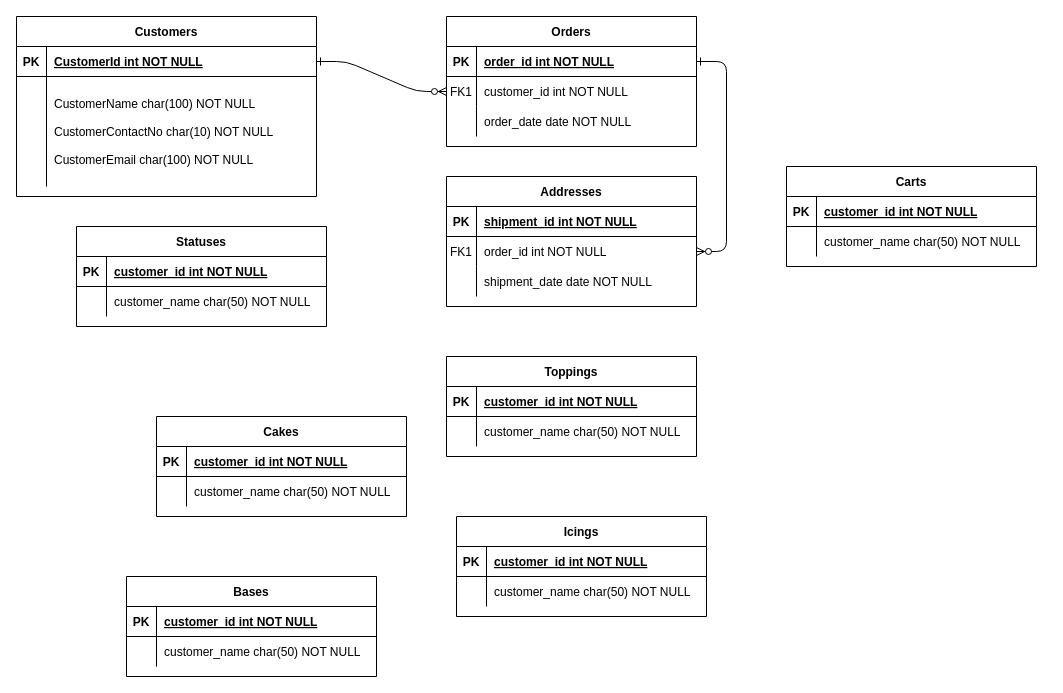
Above: Documentation/ERD Diagram.drawio in TauRamodise/LetThemEatCake (draw.io), before the change. Source tidied: cells renumbered, new cells numbered last; positions are measured from the earlier drawing's top-left corner, leaving out a move shared by most shapes. Both pictures are drawn from the tidied source at 100%, with x=0, y=0 at pixel (16, 16).
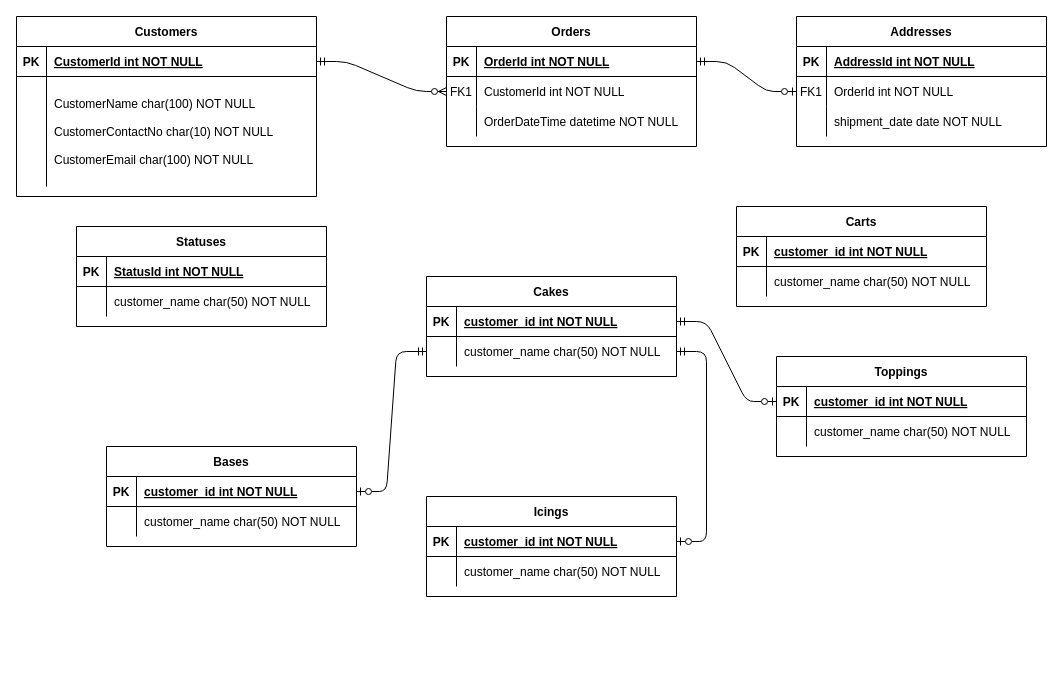
After the change.

Commit message:
Draft ERD Diagram

Unchanged cells that the change refers to:
```xml
<mxCell id="5" style="shape=partialRectangle;fillColor=none;points=[[0,0.5],[1,0.5]];portConstraint=eastwest;top=0;left=0;right=0;bottom=1;" parent="4" vertex="1">
  <mxGeometry y="30" width="250" height="30" as="geometry" />
</mxCell>
<mxCell id="8" style="shape=partialRectangle;fillColor=none;points=[[0,0.5],[1,0.5]];portConstraint=eastwest;top=0;left=0;right=0;bottom=0;" parent="4" vertex="1">
  <mxGeometry y="60" width="250" height="30" as="geometry" />
</mxCell>
<mxCell id="11" style="shape=partialRectangle;fillColor=none;top=0;left=0;right=0;bottom=0;" parent="4" vertex="1">
  <mxGeometry y="90" width="250" height="30" as="geometry" />
</mxCell>
<mxCell id="15" style="shape=partialRectangle;fillColor=none;top=0;left=0;right=0;bottom=1;" parent="14" vertex="1">
  <mxGeometry y="30" width="250" height="30" as="geometry" />
</mxCell>
<mxCell id="18" style="shape=partialRectangle;fillColor=none;points=[[0,0.5],[1,0.5]];portConstraint=eastwest;top=0;left=0;right=0;bottom=0;" parent="14" vertex="1">
  <mxGeometry y="60" width="250" height="30" as="geometry" />
</mxCell>
<mxCell id="25" style="shape=partialRectangle;fillColor=none;points=[[0,0.5],[1,0.5]];portConstraint=eastwest;top=0;left=0;right=0;bottom=1;" parent="24" vertex="1">
  <mxGeometry y="30" width="300" height="30" as="geometry" />
</mxCell>
<mxCell id="32" style="shape=partialRectangle;fillColor=none;top=0;left=0;right=0;bottom=1;" parent="31" vertex="1">
  <mxGeometry y="30" width="250" height="30" as="geometry" />
</mxCell>
<mxCell id="39" style="shape=partialRectangle;fillColor=none;points=[[0,0.5],[1,0.5]];portConstraint=eastwest;top=0;left=0;right=0;bottom=1;" parent="38" vertex="1">
  <mxGeometry y="30" width="250" height="30" as="geometry" />
</mxCell>
<mxCell id="42" style="shape=partialRectangle;fillColor=none;points=[[0,0.5],[1,0.5]];portConstraint=eastwest;top=0;left=0;right=0;bottom=0;" parent="38" vertex="1">
  <mxGeometry y="60" width="250" height="30" as="geometry" />
</mxCell>
<mxCell id="46" style="shape=partialRectangle;fillColor=none;points=[[0,0.5],[1,0.5]];portConstraint=eastwest;top=0;left=0;right=0;bottom=1;" parent="45" vertex="1">
  <mxGeometry y="30" width="250" height="30" as="geometry" />
</mxCell>
<mxCell id="53" style="shape=partialRectangle;fillColor=none;points=[[0,0.5],[1,0.5]];portConstraint=eastwest;top=0;left=0;right=0;bottom=1;" parent="52" vertex="1">
  <mxGeometry y="30" width="250" height="30" as="geometry" />
</mxCell>
<mxCell id="60" style="shape=partialRectangle;fillColor=none;points=[[0,0.5],[1,0.5]];portConstraint=eastwest;top=0;left=0;right=0;bottom=1;" parent="59" vertex="1">
  <mxGeometry y="30" width="250" height="30" as="geometry" />
</mxCell>
```

Change to the diagram source:
```diff
@@
-    <mxCell id="2" style="edgeStyle=entityRelationEdgeStyle;endArrow=ERzeroToMany;startArrow=ERone;endFill=1;startFill=0;" parent="1" edge="1" source="25" target="8">
+    <mxCell id="2" style="edgeStyle=entityRelationEdgeStyle;endArrow=ERzeroToMany;startArrow=ERmandOne;endFill=1;startFill=0;" parent="1" edge="1" source="25" target="8">
       <mxGeometry relative="1" as="geometry" />
     </mxCell>
-    <mxCell id="3" style="edgeStyle=entityRelationEdgeStyle;endArrow=ERzeroToMany;startArrow=ERone;endFill=1;startFill=0;" parent="1" edge="1" source="5" target="18">
+    <mxCell id="3" style="edgeStyle=entityRelationEdgeStyle;endArrow=ERzeroToOne;startArrow=ERmandOne;endFill=0;startFill=0;" parent="1" edge="1" source="5" target="18">
       <mxGeometry relative="1" as="geometry" />
     </mxCell>
@@
-    <mxCell id="7" value="order_id int NOT NULL " style="shape=partialRectangle;overflow=hidden;fillColor=none;top=0;left=0;bottom=0;right=0;align=left;spacingLeft=6;fontStyle=5;" parent="5" vertex="1">
+    <mxCell id="7" value="OrderId int NOT NULL " style="shape=partialRectangle;overflow=hidden;fillColor=none;top=0;left=0;bottom=0;right=0;align=left;spacingLeft=6;fontStyle=5;" parent="5" vertex="1">
       <mxGeometry x="30" width="220" height="30" as="geometry" />
     </mxCell>
@@
-    <mxCell id="10" value="customer_id int NOT NULL" style="shape=partialRectangle;overflow=hidden;fillColor=none;top=0;left=0;bottom=0;right=0;align=left;spacingLeft=6;" parent="8" vertex="1">
+    <mxCell id="10" value="CustomerId int NOT NULL" style="shape=partialRectangle;overflow=hidden;fillColor=none;top=0;left=0;bottom=0;right=0;align=left;spacingLeft=6;" parent="8" vertex="1">
       <mxGeometry x="30" width="220" height="30" as="geometry" />
     </mxCell>
@@
-    <mxCell id="13" value="order_date date NOT NULL" style="shape=partialRectangle;overflow=hidden;fillColor=none;top=0;left=0;bottom=0;right=0;align=left;spacingLeft=6;" parent="11" vertex="1">
+    <mxCell id="13" value="OrderDateTime datetime NOT NULL" style="shape=partialRectangle;overflow=hidden;fillColor=none;top=0;left=0;bottom=0;right=0;align=left;spacingLeft=6;" parent="11" vertex="1">
       <mxGeometry x="30" width="220" height="30" as="geometry" />
     </mxCell>
     <mxCell id="14" value="Addresses" style="shape=table;startSize=30;childLayout=tableLayout;rowLines=0;fontStyle=1;align=center;" parent="1" vertex="1">
-      <mxGeometry x="430" y="160" width="250" height="130" as="geometry" />
+      <mxGeometry x="780" width="250" height="130" as="geometry" />
     </mxCell>
@@
-    <mxCell id="17" value="shipment_id int NOT NULL " style="shape=partialRectangle;overflow=hidden;fillColor=none;top=0;left=0;bottom=0;right=0;align=left;spacingLeft=6;fontStyle=5;" parent="15" vertex="1">
+    <mxCell id="17" value="AddressId int NOT NULL " style="shape=partialRectangle;overflow=hidden;fillColor=none;top=0;left=0;bottom=0;right=0;align=left;spacingLeft=6;fontStyle=5;" parent="15" vertex="1">
       <mxGeometry x="30" width="220" height="30" as="geometry" />
     </mxCell>
@@
-    <mxCell id="20" value="order_id int NOT NULL" style="shape=partialRectangle;overflow=hidden;fillColor=none;top=0;left=0;bottom=0;right=0;align=left;spacingLeft=6;" parent="18" vertex="1">
+    <mxCell id="20" value="OrderId int NOT NULL" style="shape=partialRectangle;overflow=hidden;fillColor=none;top=0;left=0;bottom=0;right=0;align=left;spacingLeft=6;" parent="18" vertex="1">
       <mxGeometry x="30" width="220" height="30" as="geometry" />
     </mxCell>
@@
-    <mxCell id="34" value="customer_id int NOT NULL " style="shape=partialRectangle;overflow=hidden;fillColor=none;top=0;left=0;bottom=0;right=0;align=left;spacingLeft=6;fontStyle=5;" parent="32" vertex="1">
+    <mxCell id="34" value="StatusId int NOT NULL " style="shape=partialRectangle;overflow=hidden;fillColor=none;top=0;left=0;bottom=0;right=0;align=left;spacingLeft=6;fontStyle=5;" parent="32" vertex="1">
       <mxGeometry x="30" width="220" height="30" as="geometry" />
     </mxCell>
@@
     <mxCell id="38" value="Cakes" style="shape=table;startSize=30;childLayout=tableLayout;rowLines=0;fontStyle=1;align=center;" parent="1" vertex="1">
-      <mxGeometry x="140" y="400" width="250" height="100" as="geometry" />
+      <mxGeometry x="410" y="260" width="250" height="100" as="geometry" />
     </mxCell>
@@
     <mxCell id="45" value="Toppings" style="shape=table;startSize=30;childLayout=tableLayout;rowLines=0;fontStyle=1;align=center;" parent="1" vertex="1">
-      <mxGeometry x="430" y="340" width="250" height="100" as="geometry" />
+      <mxGeometry x="760" y="340" width="250" height="100" as="geometry" />
     </mxCell>
@@
     <mxCell id="52" value="Icings" style="shape=table;startSize=30;childLayout=tableLayout;rowLines=0;fontStyle=1;align=center;" parent="1" vertex="1">
-      <mxGeometry x="440" y="500" width="250" height="100" as="geometry" />
+      <mxGeometry x="410" y="480" width="250" height="100" as="geometry" />
     </mxCell>
@@
     <mxCell id="59" value="Bases" style="shape=table;startSize=30;childLayout=tableLayout;rowLines=0;fontStyle=1;align=center;" parent="1" vertex="1">
-      <mxGeometry x="110" y="560" width="250" height="100" as="geometry" />
+      <mxGeometry x="90" y="430" width="250" height="100" as="geometry" />
     </mxCell>
@@
     <mxCell id="66" value="Carts" style="shape=table;startSize=30;childLayout=tableLayout;rowLines=0;fontStyle=1;align=center;" parent="1" vertex="1">
-      <mxGeometry x="770" y="150" width="250" height="100" as="geometry" />
+      <mxGeometry x="720" y="190" width="250" height="100" as="geometry" />
     </mxCell>
@@
+    <mxCell id="73" style="edgeStyle=entityRelationEdgeStyle;endArrow=ERzeroToOne;startArrow=ERmandOne;endFill=0;startFill=0;exitX=0;exitY=0.5;exitDx=0;exitDy=0;entryX=1;entryY=0.5;entryDx=0;entryDy=0;" parent="1" edge="1" source="42" target="60">
+      <mxGeometry relative="1" as="geometry" />
+    </mxCell>
+    <mxCell id="74" style="edgeStyle=entityRelationEdgeStyle;endArrow=ERzeroToOne;startArrow=ERmandOne;endFill=0;startFill=0;exitX=1;exitY=0.5;exitDx=0;exitDy=0;entryX=0;entryY=0.5;entryDx=0;entryDy=0;" parent="1" edge="1" source="39" target="46">
+      <mxGeometry relative="1" as="geometry" />
+    </mxCell>
+    <mxCell id="75" style="edgeStyle=entityRelationEdgeStyle;endArrow=ERzeroToOne;startArrow=ERmandOne;endFill=0;startFill=0;exitX=1;exitY=0.5;exitDx=0;exitDy=0;" parent="1" edge="1" source="42" target="53">
+      <mxGeometry relative="1" as="geometry" />
+    </mxCell>
```
